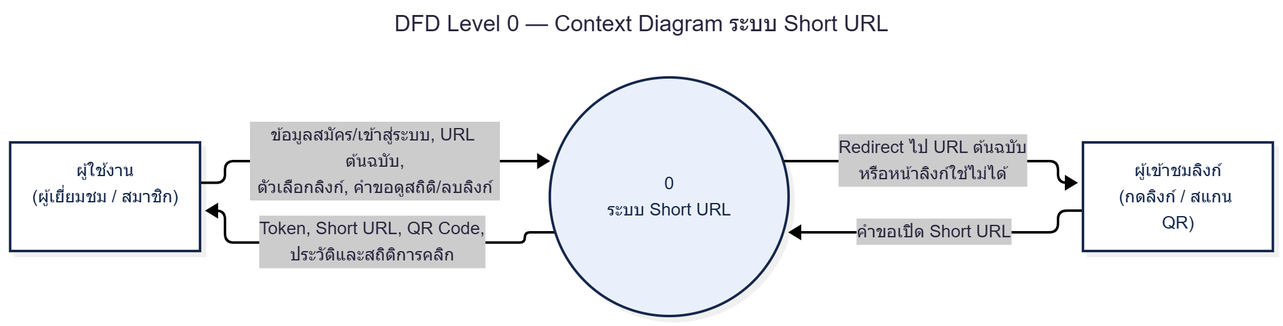
The Mermaid diagram docs/dfd-context.png in Theesud/short-url, before a commit. Its source is kept beside it as docs/dfd-context.mmd.
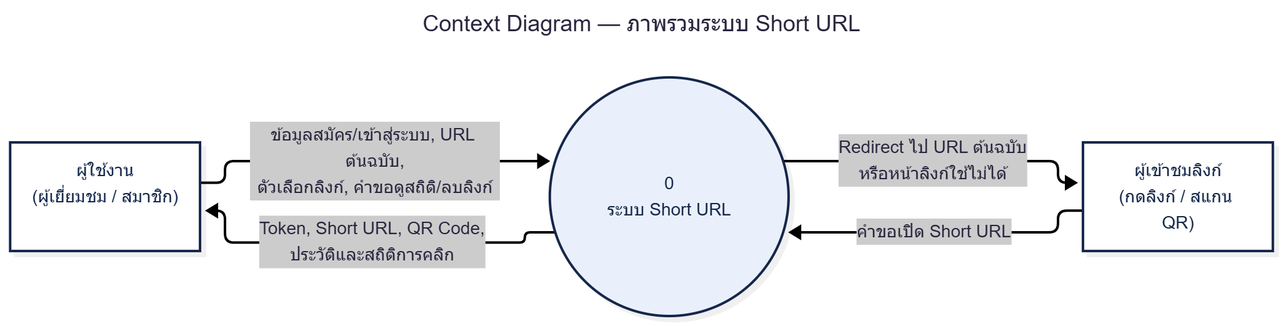
After the change.

Commit message:
docs: add DFD context and level 0 diagrams

Change to the diagram source:
```diff
@@ -1,5 +1,5 @@
 ---
-title: "DFD Level 0 — Context Diagram ระบบ Short URL"
+title: "Context Diagram — ภาพรวมระบบ Short URL"
 ---
 flowchart LR
     U["ผู้ใช้งาน<br/>(ผู้เยี่ยมชม / สมาชิก)"]
```
